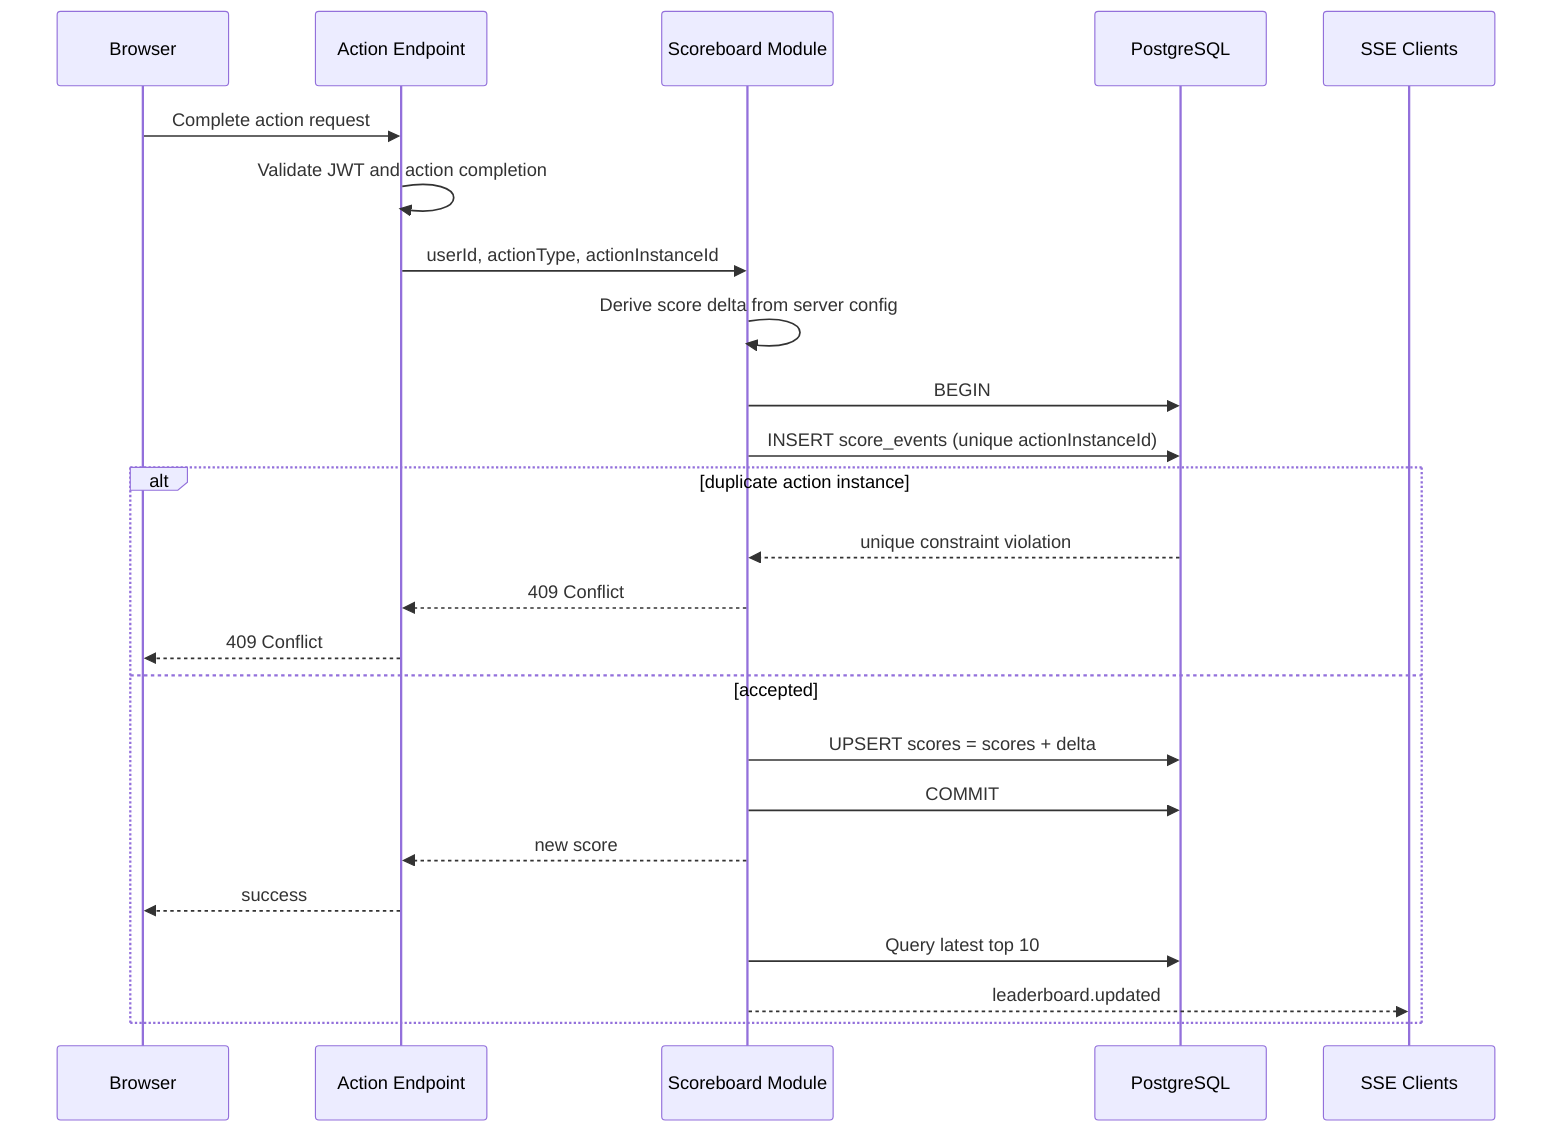
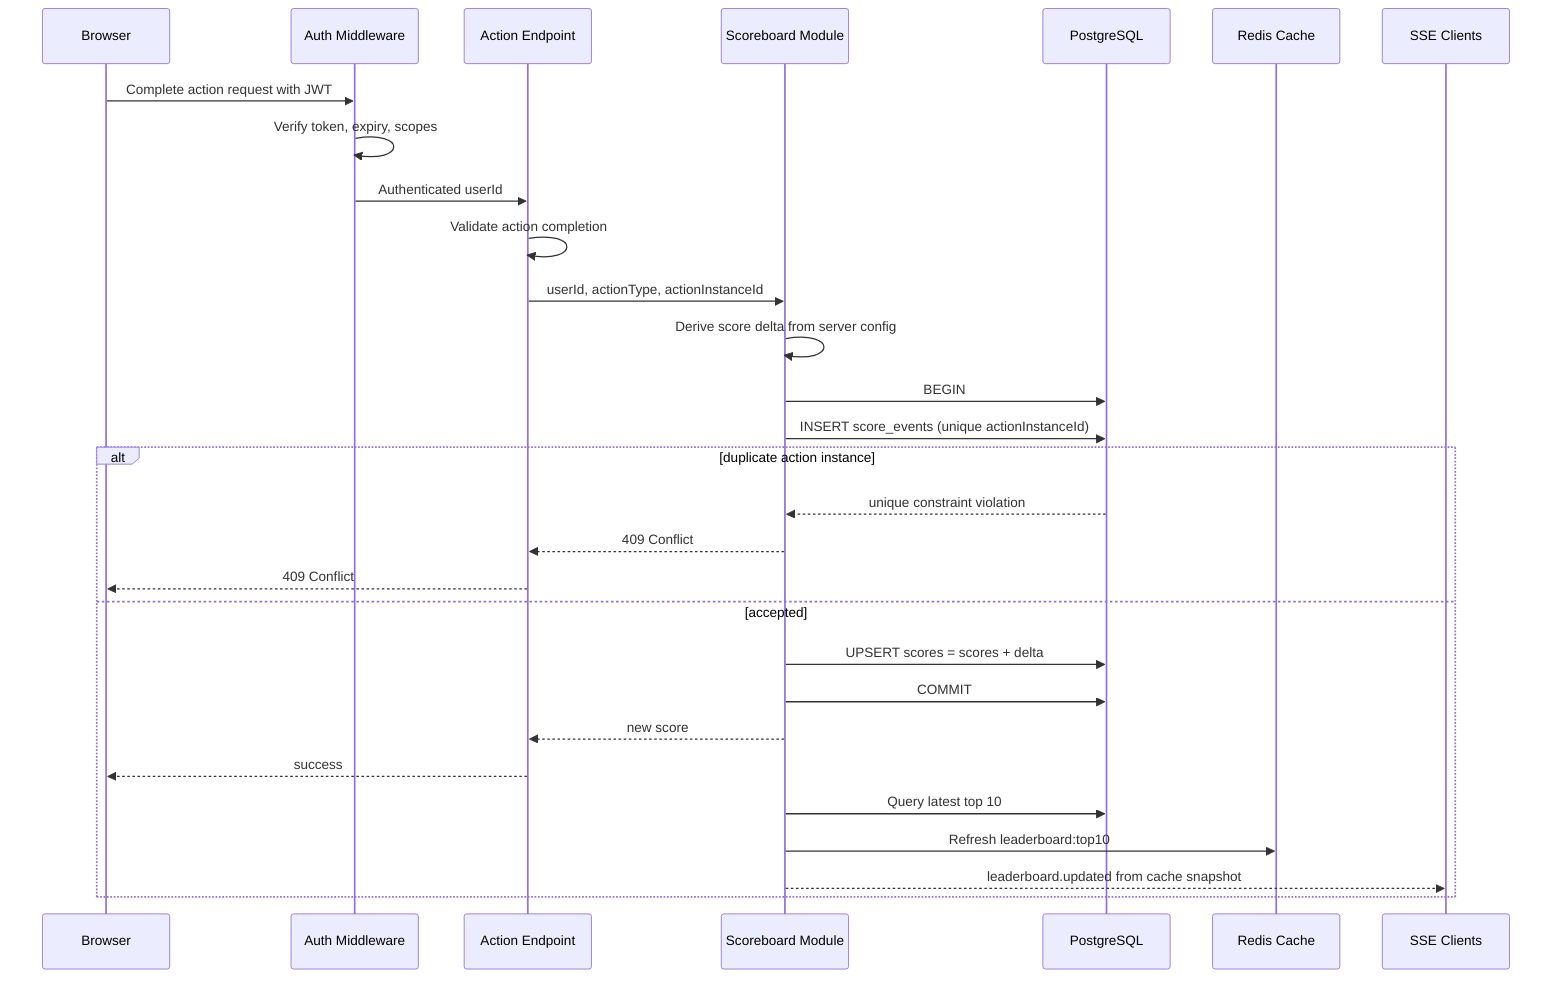
sequenceDiagram
    participant B as Browser
+     participant Auth as Auth Middleware
    participant A as Action Endpoint
    participant S as Scoreboard Module
    participant D as PostgreSQL
+     participant R as Redis Cache
    participant L as SSE Clients

-     B->>A: Complete action request
-     A->>A: Validate JWT and action completion
+     B->>Auth: Complete action request with JWT
+     Auth->>Auth: Verify token, expiry, scopes
+     Auth->>A: Authenticated userId
+     A->>A: Validate action completion
    A->>S: userId, actionType, actionInstanceId
    S->>S: Derive score delta from server config
    S->>D: BEGIN
    S->>D: INSERT score_events (unique actionInstanceId)
    alt duplicate action instance
        D-->>S: unique constraint violation
        S-->>A: 409 Conflict
        A-->>B: 409 Conflict
    else accepted
        S->>D: UPSERT scores = scores + delta
        S->>D: COMMIT
        S-->>A: new score
        A-->>B: success
        S->>D: Query latest top 10
-         S-->>L: leaderboard.updated
+         S->>R: Refresh leaderboard:top10
+         S-->>L: leaderboard.updated from cache snapshot
    end
